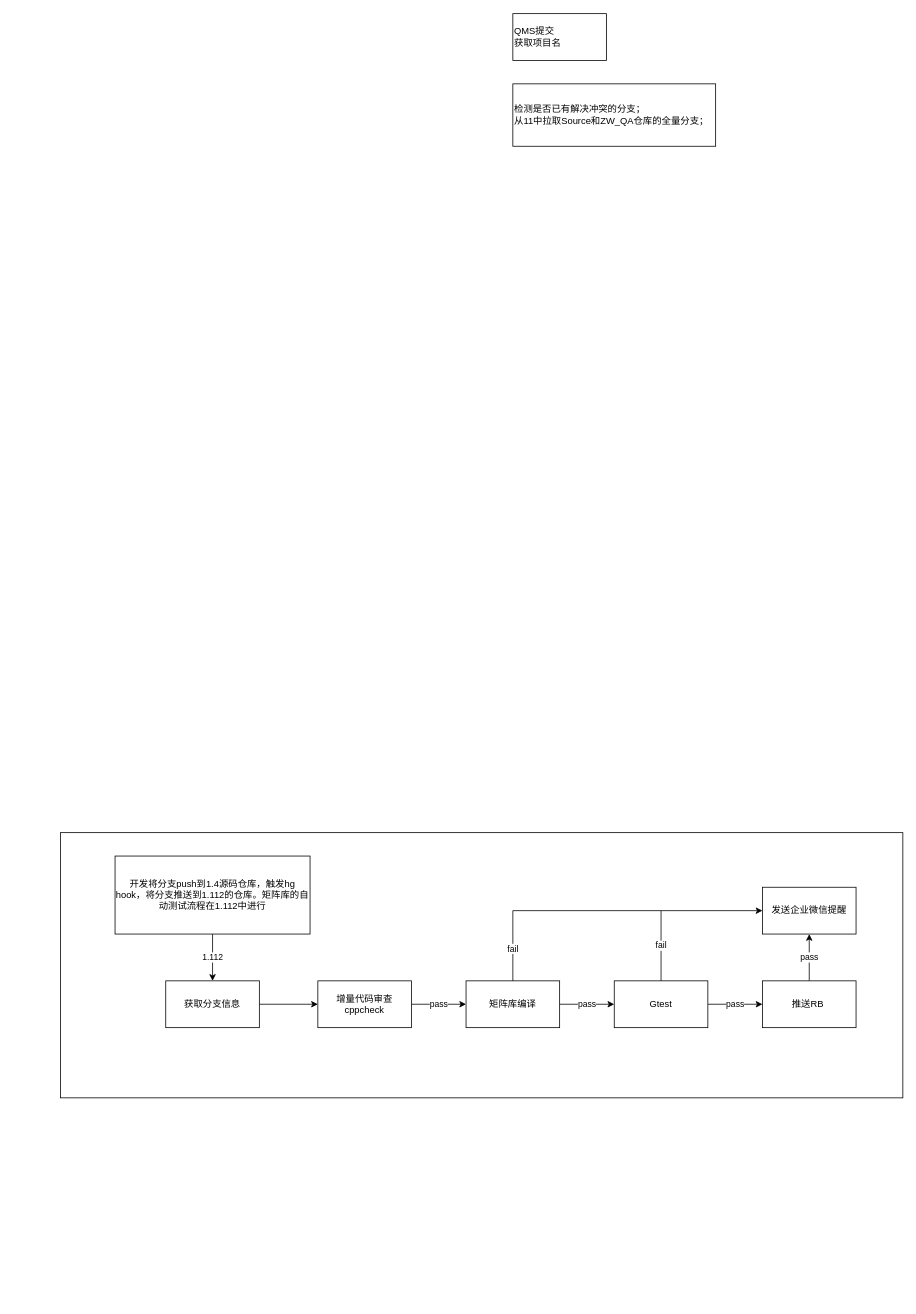
The draw.io diagram 冲突检测.drawio in YingSi163/Effy, before the edit. Source tidied: cells renumbered, new cells numbered last; positions are measured from the earlier drawing's top-left corner, leaving out a move shared by most shapes. Both pictures are drawn from the tidied source at 78%, with x=0, y=0 at pixel (60, 13).
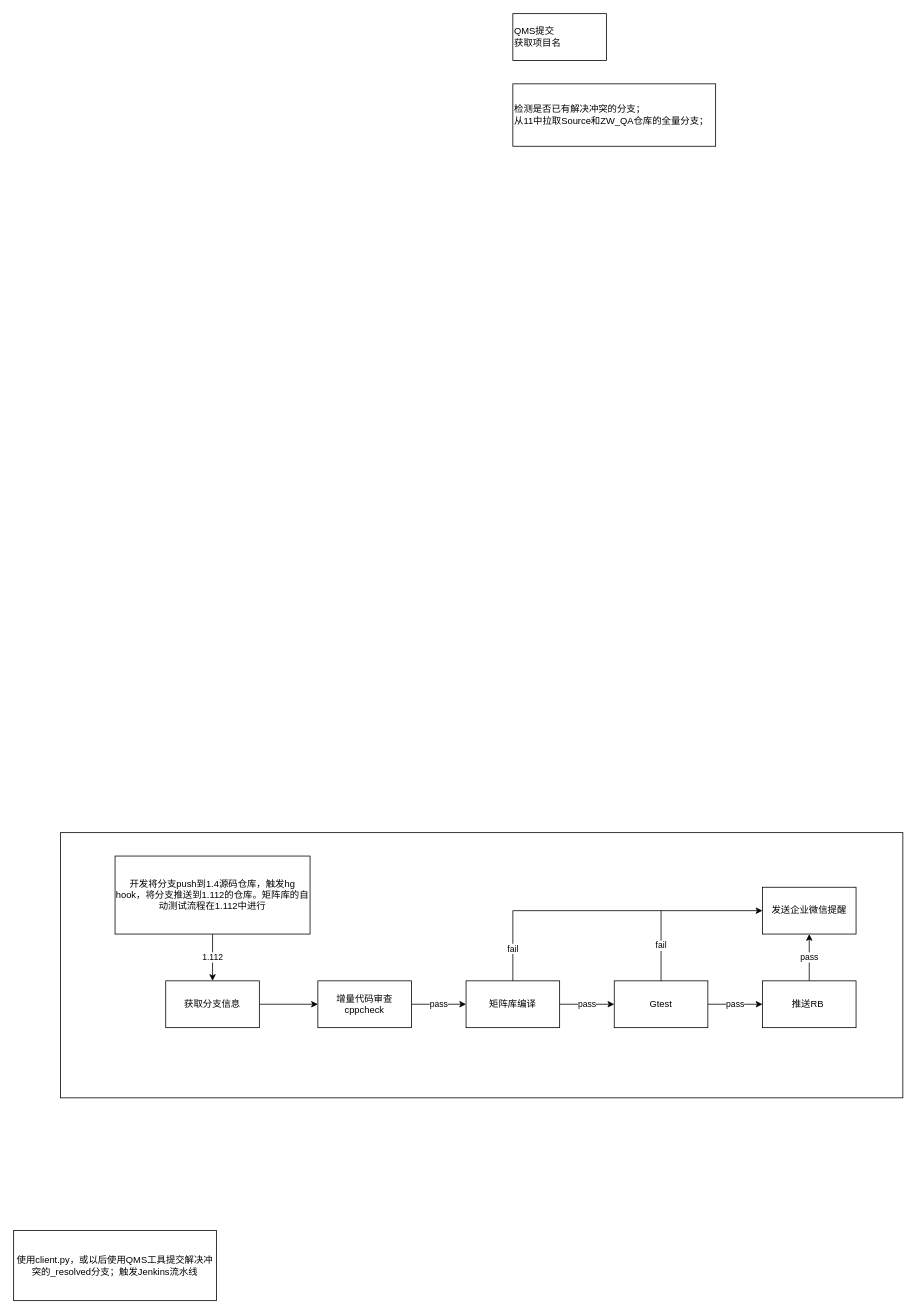
The same diagram, later.

Commit message:
更新冲突检测.drawio

The edit, as a diff of the source:
```diff
@@
+    <mxCell id="20" value="使用client.py，或以后使用QMS工具提交解决冲突的_resolved分支；触发Jenkins流水线" style="rounded=0;whiteSpace=wrap;html=1;" parent="1" vertex="1">
+      <mxGeometry x="-60" y="1560" width="260" height="90" as="geometry" />
+    </mxCell>
```
